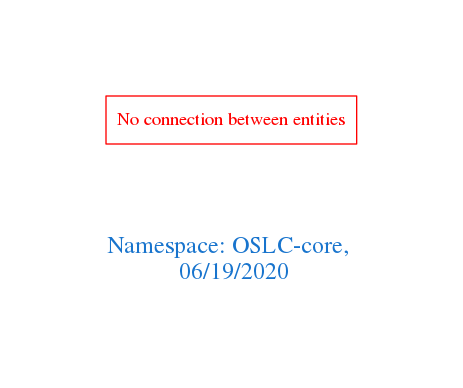
arago/OGIT keeps this Graphviz diagram as downloads/OSLC-core.png. Above is the earlier version. Its source is kept beside it as downloads/OSLC-core.dot.
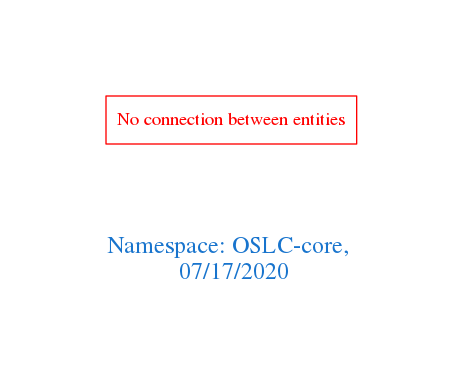
After the commit.

Diff of the diagram source:
```diff
@@ -1,7 +1,7 @@
 digraph OGIT_ontology {
  graph [ rankdir= LR,pad=1
 fontsize = 18,
-fontcolor= dodgerblue3,label = "\n\n\nNamespace: OSLC-core, \n 06/19/2020"];
+fontcolor= dodgerblue3,label = "\n\n\nNamespace: OSLC-core, \n 07/17/2020"];
 node[shape=polygon];
 edge [  color="gray81"];
 
```
